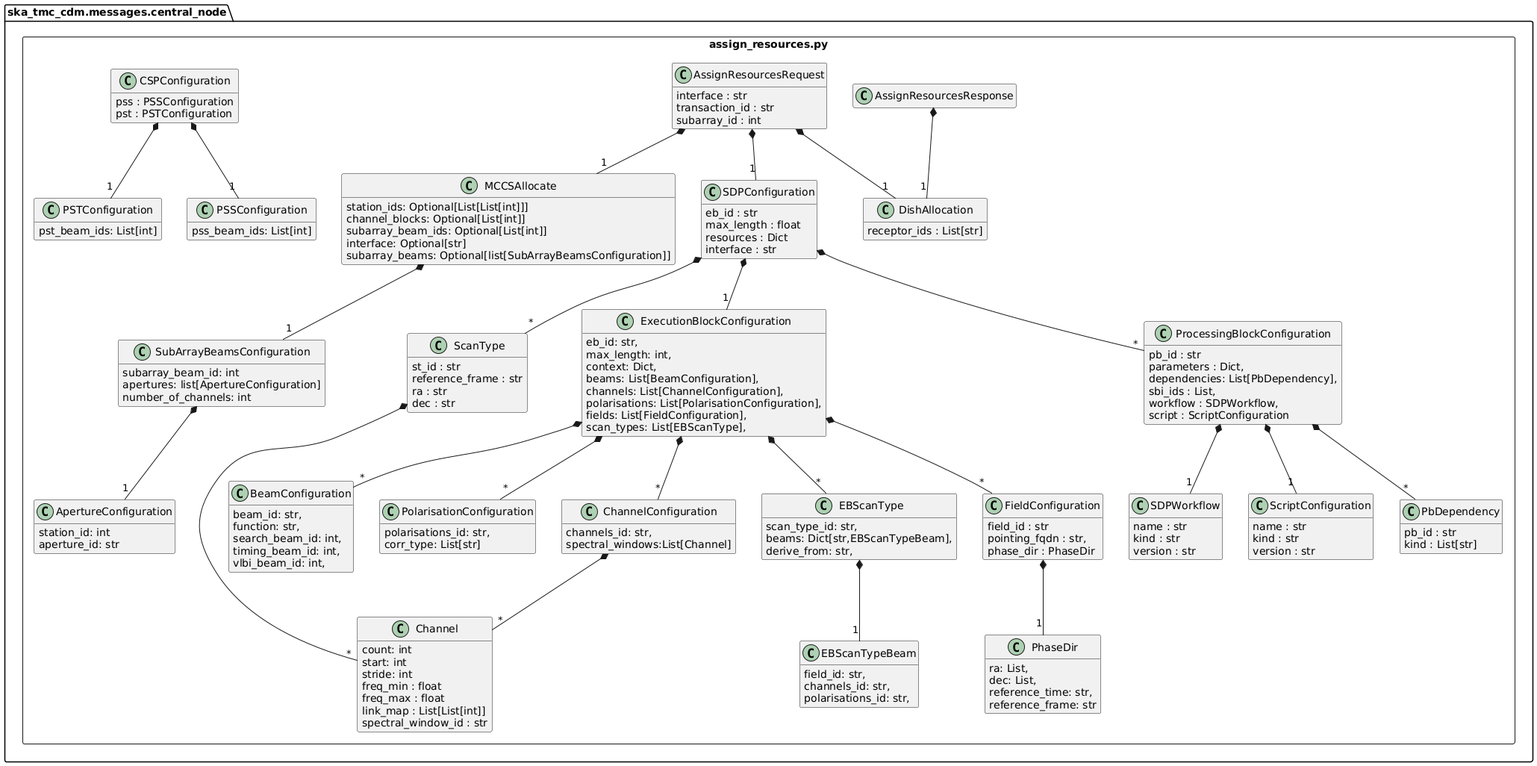
Before: docs/src/developer/centralnode/assignresources.png, a diagram exported from PlantUML (ska-telescope/cdm-shared-library).
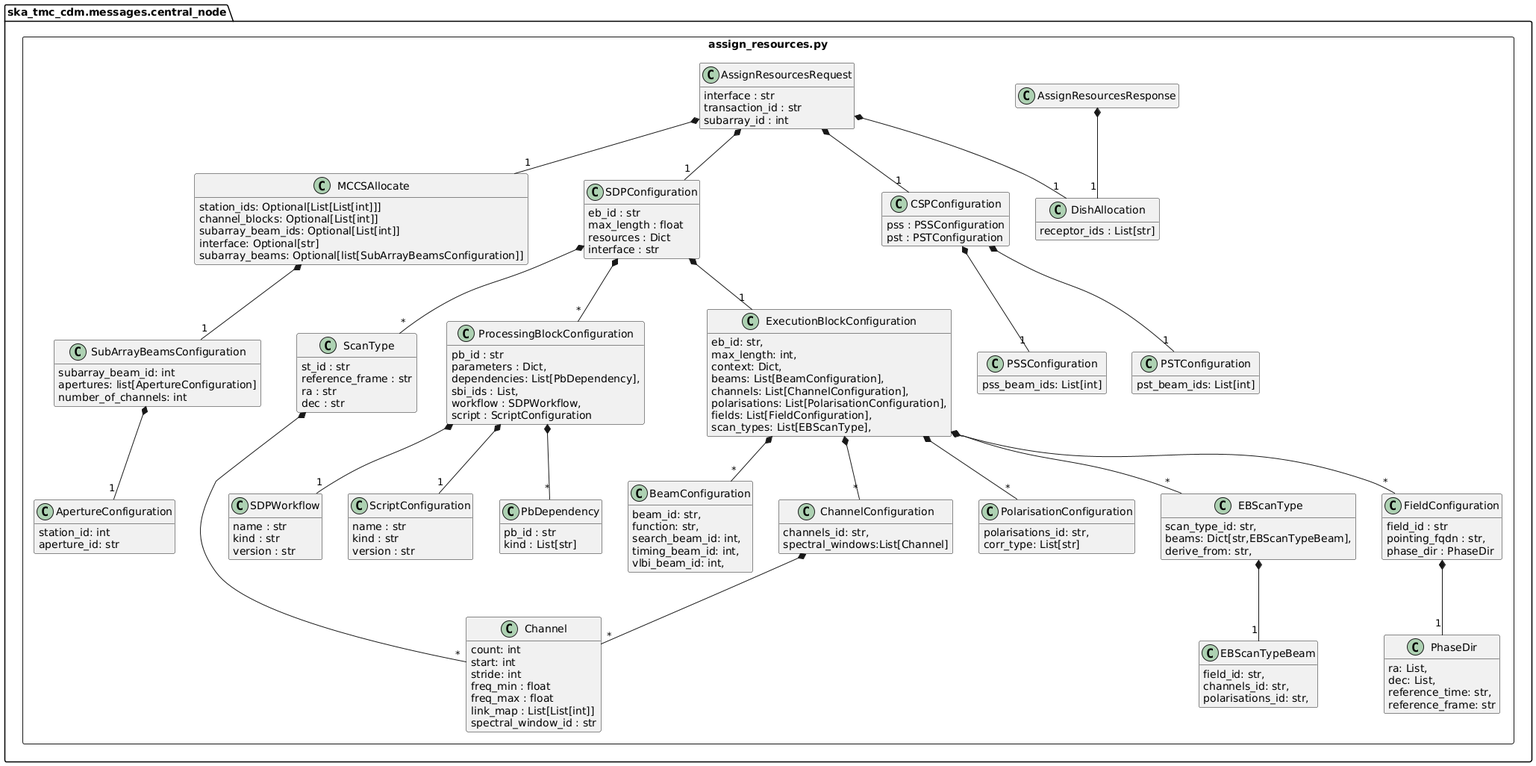
After the commit.

Change to the diagram source:
```diff
@@ -173,6 +173,7 @@
         MCCSAllocate *-- "1" SubArrayBeamsConfiguration
         SubArrayBeamsConfiguration *-- "1" ApertureConfiguration
         AssignResourcesRequest *-- "1" SDPConfiguration
+        AssignResourcesRequest *-- "1" CSPConfiguration
 
         class AssignResourcesResponse
         AssignResourcesResponse *-- "1" DishAllocation
```
